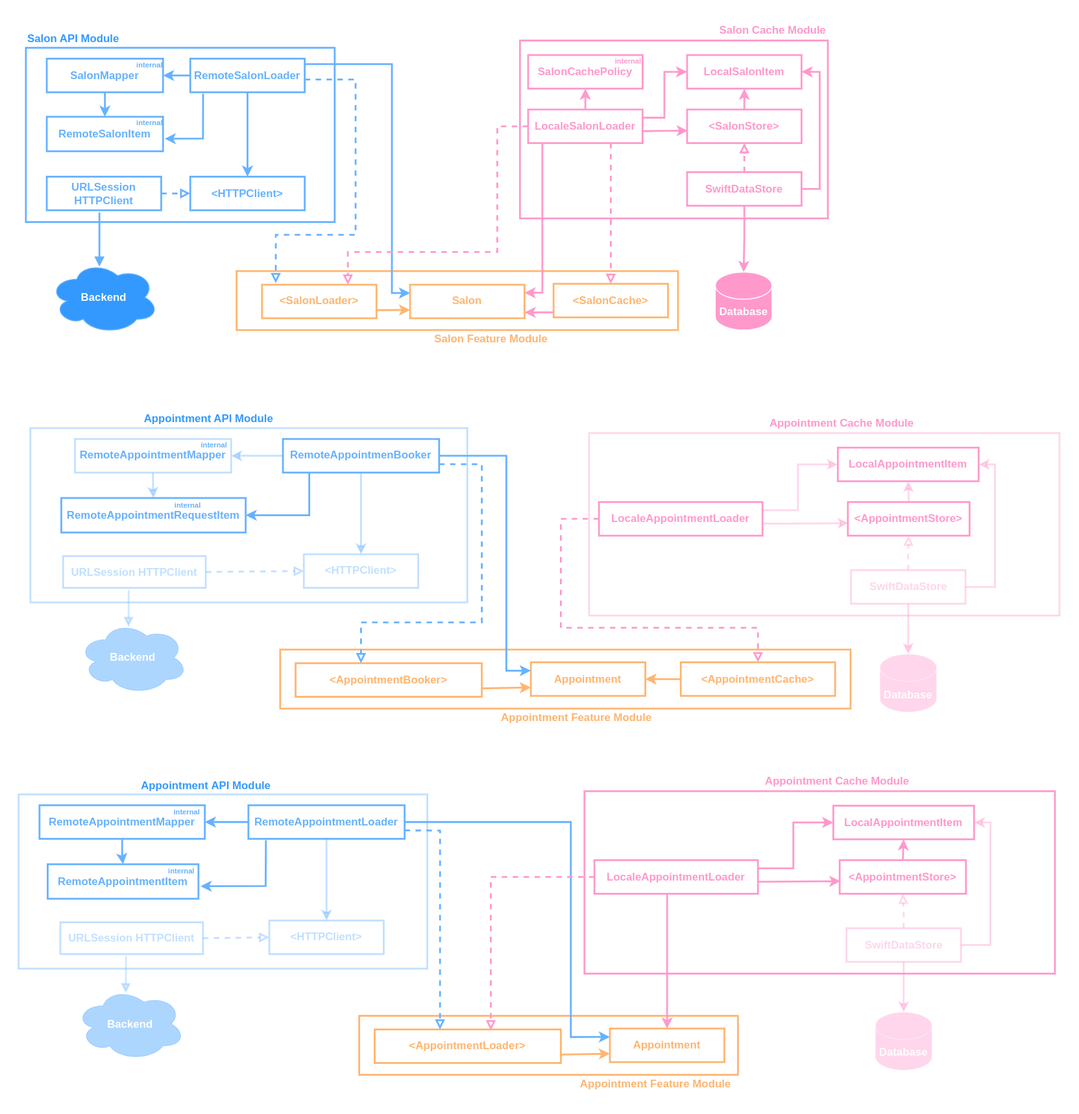
This is architecture.svg from mushthak/nova-blend-salon-case-study, a draw.io export, as it was before one commit. Source tidied: cells renumbered, new cells last; positions are measured from the earlier drawing's top-left corner, leaving out a move shared by most shapes.
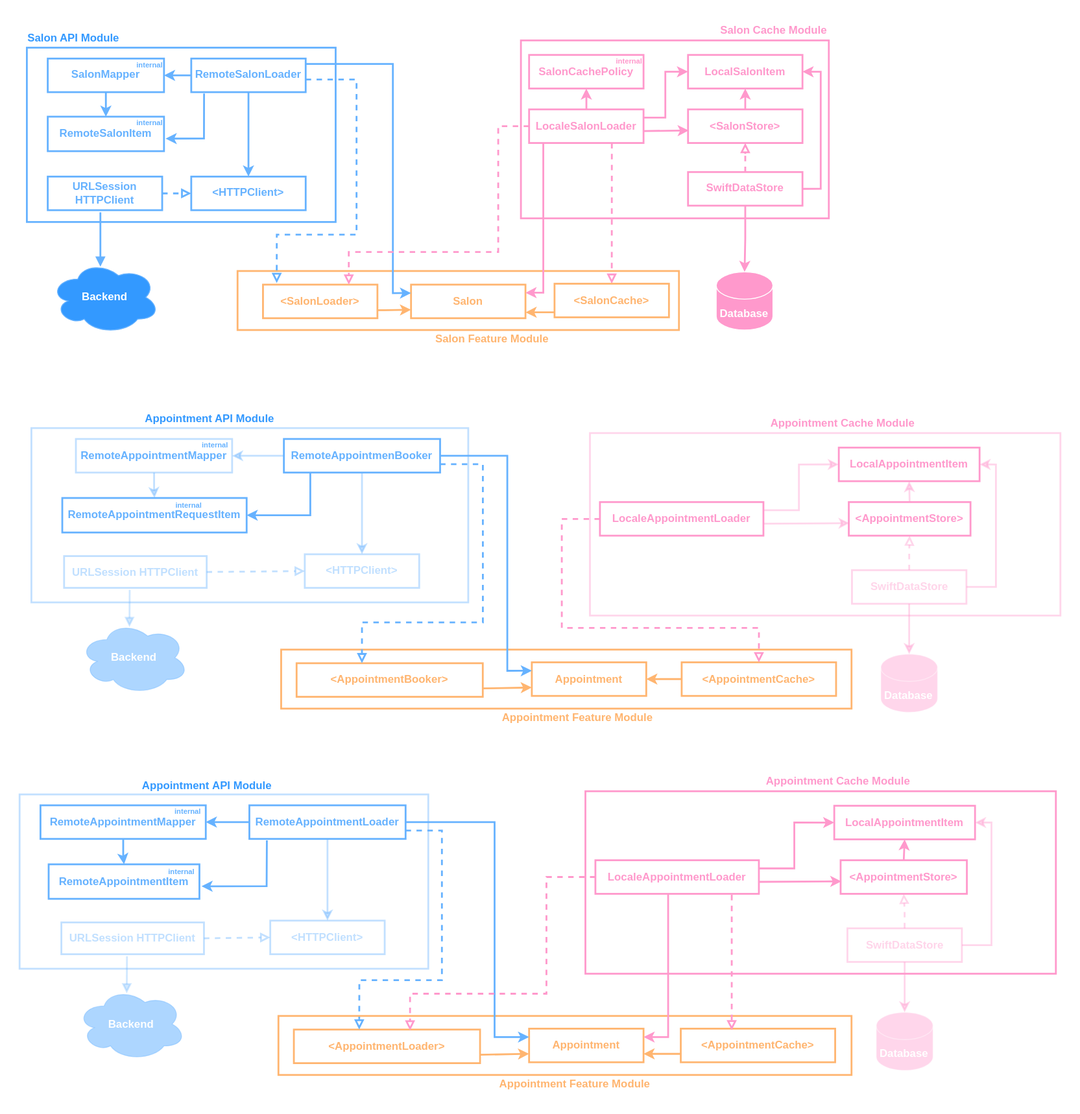
The same file after the commit.

Commit message:
Update `README.md` file with userstory and acceptance criterias

What changed in the source:
```diff
@@ -320,7 +320,7 @@
     <mxCell id="83" value="&amp;lt;SalonCache&amp;gt;" style="rounded=0;whiteSpace=wrap;html=1;strokeColor=#FFB570;strokeWidth=2;fontColor=#FFB570;fontStyle=1;" parent="1" vertex="1">
       <mxGeometry x="589" y="292" width="126" height="37" as="geometry" />
     </mxCell>
-    <mxCell id="84" style="edgeStyle=orthogonalEdgeStyle;rounded=0;jettySize=auto;html=1;entryX=1.001;entryY=0.825;entryDx=0;entryDy=0;entryPerimeter=0;strokeColor=#FF99CC;fontColor=#FF99CC;fontStyle=1;strokeWidth=2;" parent="1" edge="1" source="83" target="8">
+    <mxCell id="84" style="edgeStyle=orthogonalEdgeStyle;rounded=0;jettySize=auto;html=1;entryX=1.001;entryY=0.825;entryDx=0;entryDy=0;entryPerimeter=0;strokeColor=#FFB570;fontColor=#FF99CC;fontStyle=1;strokeWidth=2;" parent="1" edge="1" source="83" target="8">
       <mxGeometry relative="1" as="geometry">
         <Array as="points">
           <mxPoint x="569" y="324" />
@@ -337,25 +337,31 @@
       <mxGeometry x="276" y="993.5" width="126" height="37" as="geometry" />
     </mxCell>
     <mxCell id="88" style="rounded=0;whiteSpace=wrap;html=1;strokeColor=#FFB570;strokeWidth=2;fontStyle=1;" parent="1" vertex="1">
-      <mxGeometry x="375" y="1098.5" width="417" height="65" as="geometry" />
+      <mxGeometry x="285" y="1098.5" width="631" height="65" as="geometry" />
     </mxCell>
     <mxCell id="89" value="&amp;lt;AppointmentLoader&amp;gt;" style="rounded=0;whiteSpace=wrap;html=1;strokeColor=#FFB570;strokeWidth=2;fontColor=#FFB570;fontStyle=1;" parent="1" vertex="1">
-      <mxGeometry x="392" y="1113.5" width="205" height="37" as="geometry" />
+      <mxGeometry x="302" y="1113.5" width="205" height="37" as="geometry" />
     </mxCell>
     <mxCell id="90" value="Appointment" style="rounded=0;whiteSpace=wrap;html=1;strokeColor=#FFB570;strokeWidth=2;fontColor=#FFB570;fontStyle=1;" parent="1" vertex="1">
-      <mxGeometry x="651" y="1112.5" width="126" height="37" as="geometry" />
+      <mxGeometry x="561" y="1112.5" width="126" height="37" as="geometry" />
     </mxCell>
     <mxCell id="91" value="Appointment&amp;nbsp;Feature Module" style="text;html=1;align=center;verticalAlign=middle;strokeColor=none;fillColor=none;fontColor=#FFB570;fontStyle=1;" parent="1" vertex="1">
-      <mxGeometry x="614" y="1160.5" width="173" height="26" as="geometry" />
+      <mxGeometry x="524" y="1160.5" width="173" height="26" as="geometry" />
     </mxCell>
     <mxCell id="92" style="edgeStyle=orthogonalEdgeStyle;rounded=0;jettySize=auto;html=1;exitX=1;exitY=0.75;exitDx=0;exitDy=0;entryX=0.351;entryY=0;entryDx=0;entryDy=0;endArrow=block;strokeColor=#66B2FF;endFill=0;dashed=1;fontStyle=1;strokeWidth=2;entryPerimeter=0;" parent="1" edge="1" source="94" target="89">
-      <mxGeometry relative="1" as="geometry" />
+      <mxGeometry relative="1" as="geometry">
+        <Array as="points">
+          <mxPoint x="465" y="894" />
+          <mxPoint x="465" y="1059" />
+          <mxPoint x="374" y="1059" />
+        </Array>
+      </mxGeometry>
     </mxCell>
     <mxCell id="93" style="edgeStyle=orthogonalEdgeStyle;rounded=0;jettySize=auto;html=1;entryX=0;entryY=0.25;entryDx=0;entryDy=0;strokeColor=#66B2FF;fontStyle=1;strokeWidth=2;" parent="1" edge="1" source="94" target="90">
       <mxGeometry relative="1" as="geometry">
         <Array as="points">
-          <mxPoint x="608" y="885.5" />
-          <mxPoint x="608" y="1121.5" />
+          <mxPoint x="523" y="885" />
+          <mxPoint x="523" y="1122" />
         </Array>
       </mxGeometry>
     </mxCell>
@@ -370,11 +376,10 @@
         </Array>
       </mxGeometry>
     </mxCell>
-    <mxCell id="96" style="edgeStyle=orthogonalEdgeStyle;rounded=0;jettySize=auto;html=1;entryX=0.5;entryY=0;entryDx=0;entryDy=0;strokeColor=#FF99CC;fontColor=#FF99CC;fontStyle=1;strokeWidth=2;" parent="1" edge="1" source="97" target="90">
+    <mxCell id="96" style="edgeStyle=orthogonalEdgeStyle;rounded=0;jettySize=auto;html=1;entryX=1;entryY=0.25;entryDx=0;entryDy=0;strokeColor=#FF99CC;fontColor=#FF99CC;fontStyle=1;strokeWidth=2;" parent="1" edge="1" source="97" target="90">
       <mxGeometry relative="1" as="geometry">
         <Array as="points">
-          <mxPoint x="714" y="1002.5" />
-          <mxPoint x="714" y="1002.5" />
+          <mxPoint x="714" y="1122" />
         </Array>
       </mxGeometry>
     </mxCell>
@@ -463,7 +468,22 @@
       <mxGeometry relative="1" as="geometry" />
     </mxCell>
     <mxCell id="122" style="edgeStyle=orthogonalEdgeStyle;rounded=0;jettySize=auto;html=1;entryX=0.624;entryY=0.027;entryDx=0;entryDy=0;entryPerimeter=0;endArrow=block;strokeColor=#FF99CC;endFill=0;dashed=1;fontStyle=1;strokeWidth=2;" parent="1" edge="1" source="97" target="89">
-      <mxGeometry relative="1" as="geometry" />
+      <mxGeometry relative="1" as="geometry">
+        <Array as="points">
+          <mxPoint x="580" y="945" />
+          <mxPoint x="580" y="1074" />
+          <mxPoint x="430" y="1074" />
+        </Array>
+      </mxGeometry>
     </mxCell>
+    <mxCell id="123" value="&amp;lt;AppointmentCache&amp;gt;" style="rounded=0;whiteSpace=wrap;html=1;strokeColor=#FFB570;strokeWidth=2;fontColor=#FFB570;fontStyle=1;" parent="1" vertex="1">
+      <mxGeometry x="728" y="1112.5" width="170" height="37" as="geometry" />
+    </mxCell>
+    <mxCell id="124" style="endArrow=classic;html=1;rounded=0;strokeColor=#FFB570;fontStyle=1;strokeWidth=2;exitX=0;exitY=0.75;exitDx=0;exitDy=0;entryX=1;entryY=0.75;entryDx=0;entryDy=0;" parent="1" edge="1" source="123" target="90">
+      <mxGeometry relative="1" as="geometry" />
+    </mxCell>
+    <mxCell id="125" style="edgeStyle=orthogonalEdgeStyle;rounded=0;jettySize=auto;html=1;entryX=0.33;entryY=0.048;entryDx=0;entryDy=0;endArrow=block;strokeColor=#FF99CC;fontColor=#FF99CC;endFill=0;dashed=1;fontStyle=1;strokeWidth=2;entryPerimeter=0;exitX=0.834;exitY=1.03;exitDx=0;exitDy=0;exitPerimeter=0;" parent="1" edge="1" source="97" target="123">
+      <mxGeometry relative="1" as="geometry" />
+    </mxCell>
   </root>
 </mxGraphModel>
```
